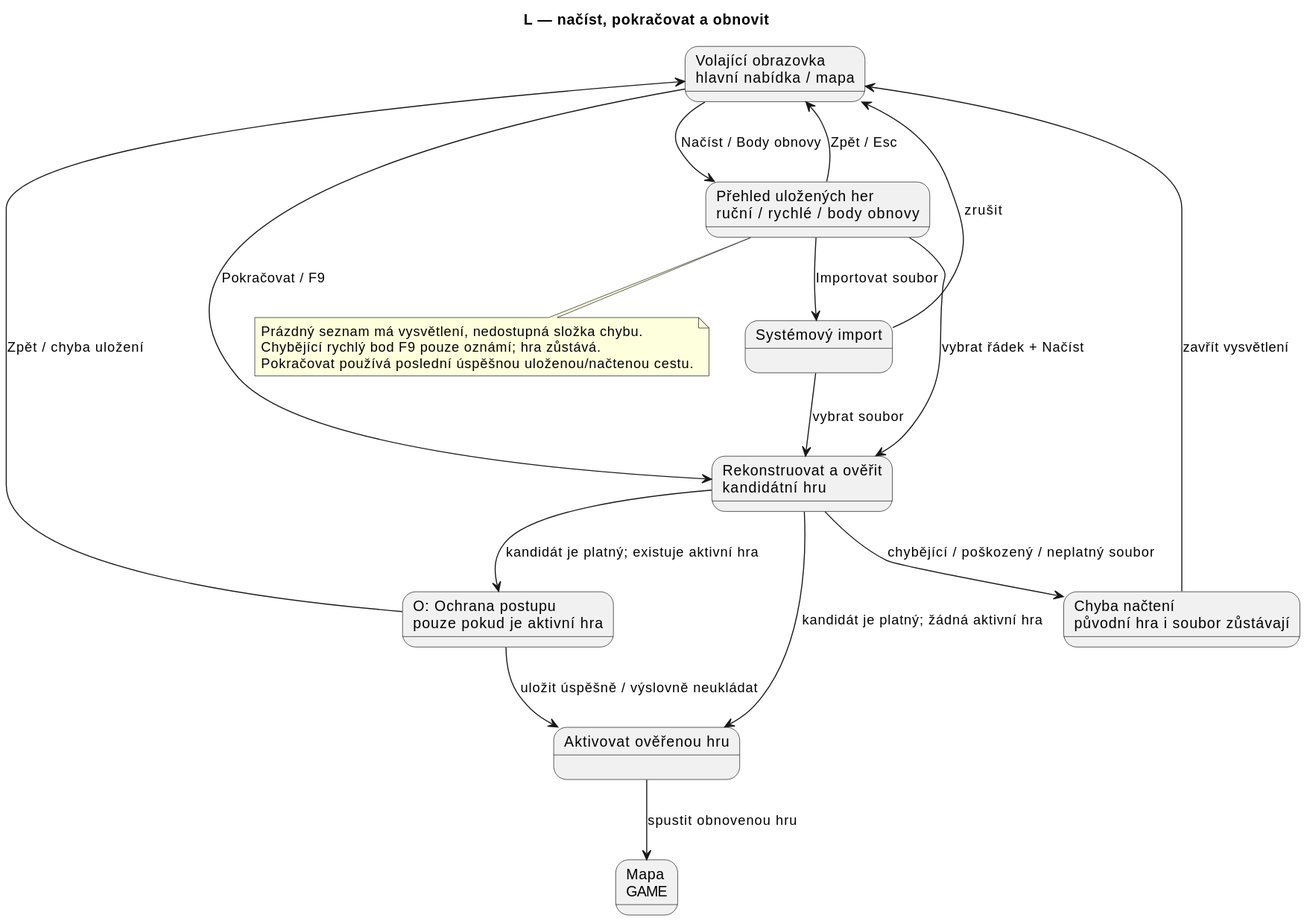
This is docs/diagrams/save-load/load.svg from jajir/microcol, a PlantUML export, as it was before one commit.
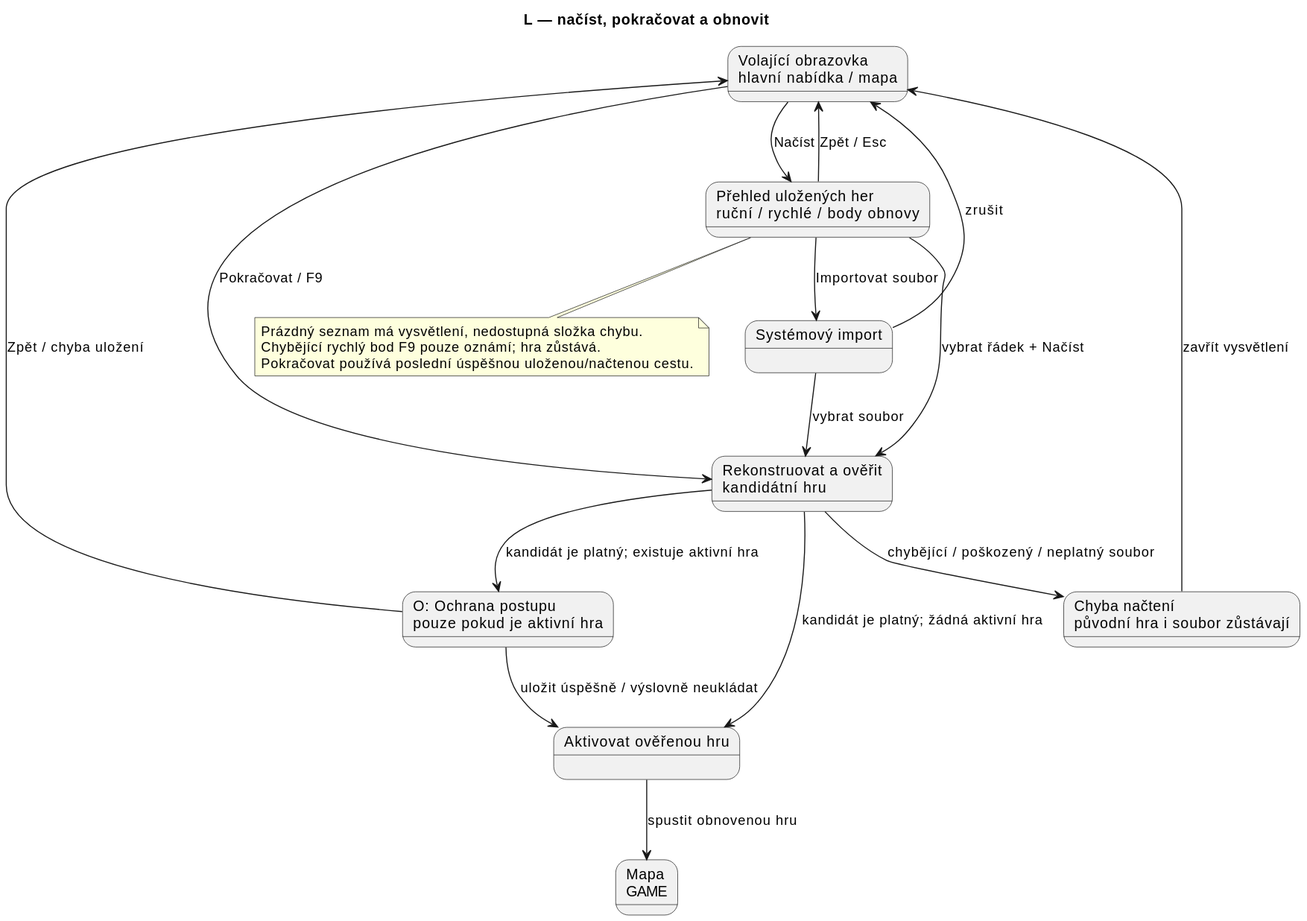
After the change.

What changed in the source:
```diff
@@ -10,7 +10,7 @@
 state "O: Ochrana postupu\npouze pokud je aktivní hra" as Guard
 state "Aktivovat ověřenou hru" as Activate
 state "Mapa\nGAME" as Game
-Caller --> List : Načíst / Body obnovy
+Caller --> List : Načíst
 List --> Caller : Zpět / Esc
 List --> Import : Importovat soubor
 Import --> Caller : zrušit
```
